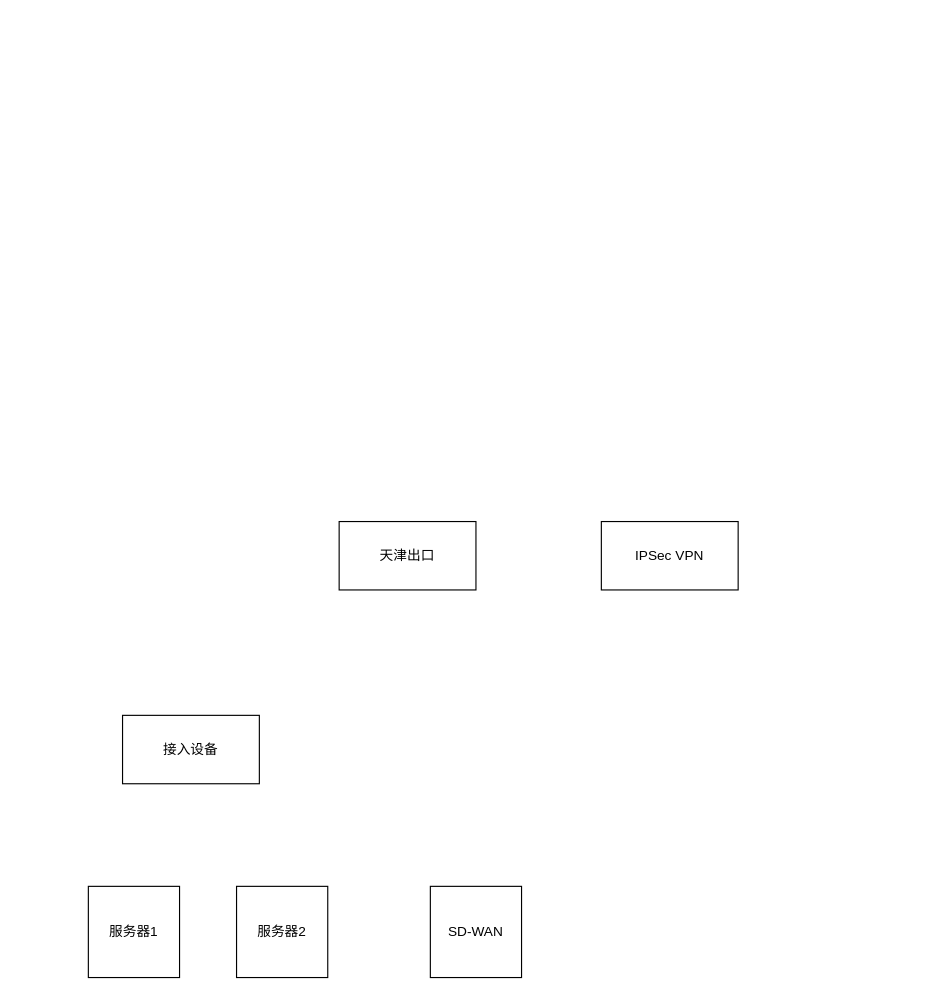
Before: 三地上云.drawio in jeffyjf/drawio, a draw.io diagram. Source tidied: cells renumbered, new cells numbered last; positions are measured from the earlier drawing's top-left corner, leaving out a move shared by most shapes. Both pictures are drawn from the tidied source at 114%, with x=0, y=0 at pixel (88, 521).
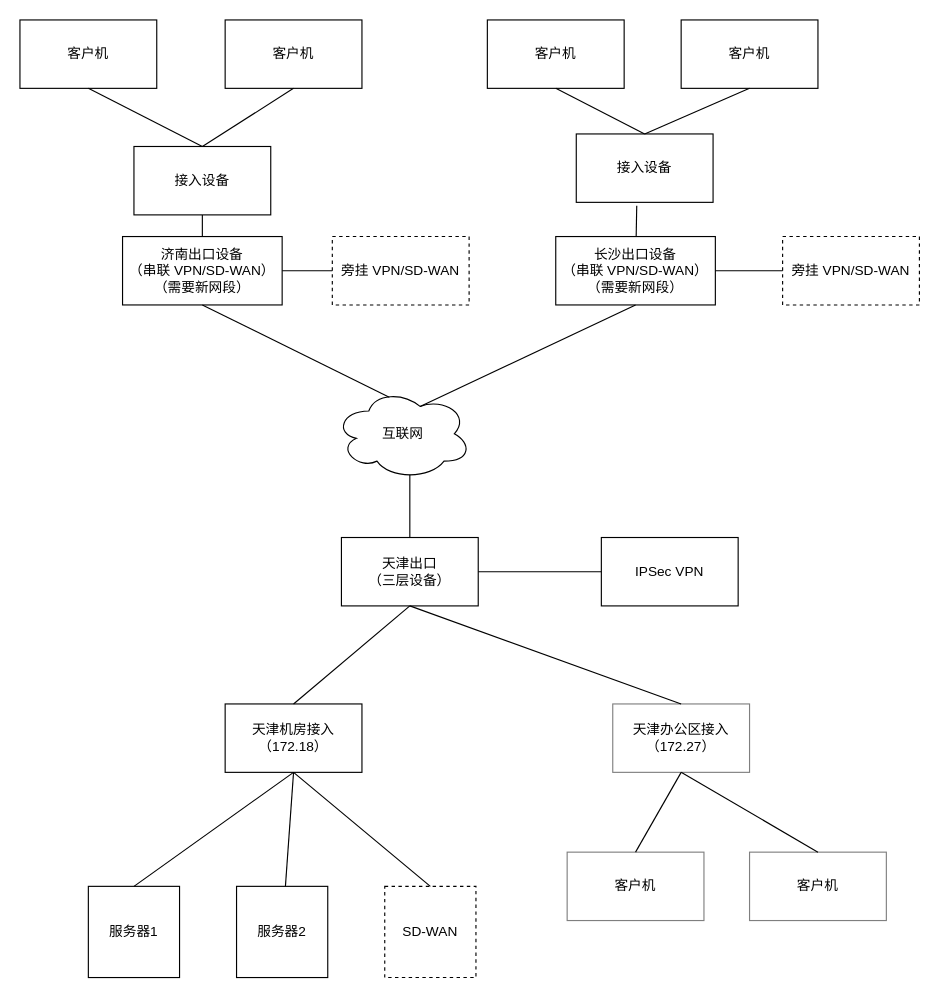
The same diagram, later.

Commit message (it also covers changes not shown here):
更新三地上云.drawio

The change refers to these unchanged cells:
```xml
<mxCell id="4" value="服务器1" style="whiteSpace=wrap;html=1;" parent="1" vertex="1">
  <mxGeometry y="320" width="80" height="80" as="geometry" />
</mxCell>
<mxCell id="5" value="服务器2" style="whiteSpace=wrap;html=1;" parent="1" vertex="1">
  <mxGeometry x="130" y="320" width="80" height="80" as="geometry" />
</mxCell>
```

What changed in the source:
```diff
@@
-    <mxCell id="2" value="天津出口" style="rounded=0;whiteSpace=wrap;html=1;" parent="1" vertex="1">
-      <mxGeometry x="220" width="120" height="60" as="geometry" />
+    <mxCell id="2" value="天津出口&lt;br&gt;（三层设备）" style="rounded=0;whiteSpace=wrap;html=1;" parent="1" vertex="1">
+      <mxGeometry x="222" y="14" width="120" height="60" as="geometry" />
     </mxCell>
-    <mxCell id="3" value="接入设备" style="rounded=0;whiteSpace=wrap;html=1;" parent="1" vertex="1">
-      <mxGeometry x="30" y="170" width="120" height="60" as="geometry" />
+    <mxCell id="3" value="天津机房接入&lt;br&gt;（172.18）" style="rounded=0;whiteSpace=wrap;html=1;" parent="1" vertex="1">
+      <mxGeometry x="120" y="160" width="120" height="60" as="geometry" />
     </mxCell>
@@
-    <mxCell id="6" value="SD-WAN" style="whiteSpace=wrap;html=1;" parent="1" vertex="1">
-      <mxGeometry x="300" y="320" width="80" height="80" as="geometry" />
+    <mxCell id="6" value="SD-WAN" style="whiteSpace=wrap;html=1;dashed=1;" parent="1" vertex="1">
+      <mxGeometry x="260" y="320" width="80" height="80" as="geometry" />
     </mxCell>
     <mxCell id="7" value="IPSec VPN" style="rounded=0;whiteSpace=wrap;html=1;" parent="1" vertex="1">
-      <mxGeometry x="450" width="120" height="60" as="geometry" />
+      <mxGeometry x="450" y="14" width="120" height="60" as="geometry" />
     </mxCell>
+    <mxCell id="8" style="endArrow=none;html=1;rounded=0;exitX=0.5;exitY=0;exitDx=0;exitDy=0;entryX=0.5;entryY=1;entryDx=0;entryDy=0;" parent="1" edge="1" source="4" target="3">
+      <mxGeometry relative="1" as="geometry" />
+    </mxCell>
+    <mxCell id="9" style="endArrow=none;html=1;rounded=0;entryX=0.5;entryY=1;entryDx=0;entryDy=0;" parent="1" edge="1" source="5" target="3">
+      <mxGeometry relative="1" as="geometry" />
+    </mxCell>
+    <mxCell id="10" style="endArrow=none;html=1;rounded=0;entryX=0.5;entryY=1;entryDx=0;entryDy=0;exitX=0.5;exitY=0;exitDx=0;exitDy=0;" parent="1" edge="1" source="6" target="3">
+      <mxGeometry relative="1" as="geometry" />
+    </mxCell>
+    <mxCell id="11" style="endArrow=none;html=1;rounded=0;entryX=0.5;entryY=1;entryDx=0;entryDy=0;exitX=0.5;exitY=0;exitDx=0;exitDy=0;" parent="1" edge="1" source="3" target="2">
+      <mxGeometry relative="1" as="geometry" />
+    </mxCell>
+    <mxCell id="12" style="endArrow=none;html=1;rounded=0;entryX=0;entryY=0.5;entryDx=0;entryDy=0;exitX=1;exitY=0.5;exitDx=0;exitDy=0;" parent="1" edge="1" source="2" target="7">
+      <mxGeometry relative="1" as="geometry" />
+    </mxCell>
+    <mxCell id="13" value="济南出口设备&lt;br&gt;（串联 VPN/SD-WAN）&lt;br&gt;（需要新网段）" style="rounded=0;whiteSpace=wrap;html=1;" parent="1" vertex="1">
+      <mxGeometry x="30" y="-250" width="140" height="60" as="geometry" />
+    </mxCell>
+    <mxCell id="14" value="长沙出口设备&lt;br&gt;（串联 VPN/SD-WAN）&lt;br&gt;（需要新网段）" style="rounded=0;whiteSpace=wrap;html=1;" parent="1" vertex="1">
+      <mxGeometry x="410" y="-250" width="140" height="60" as="geometry" />
+    </mxCell>
+    <mxCell id="15" value="互联网" style="ellipse;shape=cloud;whiteSpace=wrap;html=1;" parent="1" vertex="1">
+      <mxGeometry x="216" y="-117" width="120" height="80" as="geometry" />
+    </mxCell>
+    <mxCell id="16" style="endArrow=none;html=1;rounded=0;entryX=0.55;entryY=0.95;entryDx=0;entryDy=0;entryPerimeter=0;exitX=0.5;exitY=0;exitDx=0;exitDy=0;" parent="1" edge="1" source="2" target="15">
+      <mxGeometry relative="1" as="geometry" />
+    </mxCell>
+    <mxCell id="17" value="客户机" style="rounded=0;whiteSpace=wrap;html=1;" parent="1" vertex="1">
+      <mxGeometry x="-60" y="-440" width="120" height="60" as="geometry" />
+    </mxCell>
+    <mxCell id="18" value="客户机" style="rounded=0;whiteSpace=wrap;html=1;" parent="1" vertex="1">
+      <mxGeometry x="120" y="-440" width="120" height="60" as="geometry" />
+    </mxCell>
+    <mxCell id="19" value="客户机" style="rounded=0;whiteSpace=wrap;html=1;" parent="1" vertex="1">
+      <mxGeometry x="350" y="-440" width="120" height="60" as="geometry" />
+    </mxCell>
+    <mxCell id="20" value="客户机" style="rounded=0;whiteSpace=wrap;html=1;" parent="1" vertex="1">
+      <mxGeometry x="520" y="-440" width="120" height="60" as="geometry" />
+    </mxCell>
+    <mxCell id="21" value="接入设备" style="rounded=0;whiteSpace=wrap;html=1;" parent="1" vertex="1">
+      <mxGeometry x="40" y="-329" width="120" height="60" as="geometry" />
+    </mxCell>
+    <mxCell id="22" value="接入设备" style="rounded=0;whiteSpace=wrap;html=1;" parent="1" vertex="1">
+      <mxGeometry x="428" y="-340" width="120" height="60" as="geometry" />
+    </mxCell>
+    <mxCell id="23" style="endArrow=none;html=1;rounded=0;entryX=0.5;entryY=1;entryDx=0;entryDy=0;exitX=0.5;exitY=0;exitDx=0;exitDy=0;" parent="1" edge="1" source="21" target="17">
+      <mxGeometry relative="1" as="geometry" />
+    </mxCell>
+    <mxCell id="24" style="endArrow=none;html=1;rounded=0;entryX=0.5;entryY=1;entryDx=0;entryDy=0;exitX=0.5;exitY=0;exitDx=0;exitDy=0;" parent="1" edge="1" source="21" target="18">
+      <mxGeometry relative="1" as="geometry" />
+    </mxCell>
+    <mxCell id="25" style="endArrow=none;html=1;rounded=0;entryX=0.5;entryY=1;entryDx=0;entryDy=0;exitX=0.5;exitY=0;exitDx=0;exitDy=0;" parent="1" edge="1" source="22" target="19">
+      <mxGeometry relative="1" as="geometry" />
+    </mxCell>
+    <mxCell id="26" style="endArrow=none;html=1;rounded=0;entryX=0.5;entryY=1;entryDx=0;entryDy=0;exitX=0.5;exitY=0;exitDx=0;exitDy=0;" parent="1" edge="1" source="22" target="20">
+      <mxGeometry relative="1" as="geometry" />
+    </mxCell>
+    <mxCell id="27" value="旁挂 VPN/SD-WAN" style="rounded=0;whiteSpace=wrap;html=1;dashed=1;" parent="1" vertex="1">
+      <mxGeometry x="214" y="-250" width="120" height="60" as="geometry" />
+    </mxCell>
+    <mxCell id="28" value="旁挂 VPN/SD-WAN" style="rounded=0;whiteSpace=wrap;html=1;dashed=1;" parent="1" vertex="1">
+      <mxGeometry x="609" y="-250" width="120" height="60" as="geometry" />
+    </mxCell>
+    <mxCell id="29" style="endArrow=none;html=1;rounded=0;entryX=0.5;entryY=1;entryDx=0;entryDy=0;exitX=0.4;exitY=0.1;exitDx=0;exitDy=0;exitPerimeter=0;" parent="1" edge="1" source="15" target="13">
+      <mxGeometry relative="1" as="geometry" />
+    </mxCell>
+    <mxCell id="30" style="endArrow=none;html=1;rounded=0;entryX=0.5;entryY=1;entryDx=0;entryDy=0;exitX=0.625;exitY=0.2;exitDx=0;exitDy=0;exitPerimeter=0;" parent="1" edge="1" source="15" target="14">
+      <mxGeometry relative="1" as="geometry" />
+    </mxCell>
+    <mxCell id="31" style="endArrow=none;html=1;rounded=0;entryX=1;entryY=0.5;entryDx=0;entryDy=0;exitX=0;exitY=0.5;exitDx=0;exitDy=0;" parent="1" edge="1" source="27" target="13">
+      <mxGeometry relative="1" as="geometry" />
+    </mxCell>
+    <mxCell id="32" style="endArrow=none;html=1;rounded=0;entryX=0;entryY=0.5;entryDx=0;entryDy=0;exitX=1;exitY=0.5;exitDx=0;exitDy=0;" parent="1" edge="1" source="14" target="28">
+      <mxGeometry relative="1" as="geometry" />
+    </mxCell>
+    <mxCell id="33" style="endArrow=none;html=1;rounded=0;entryX=0.5;entryY=1;entryDx=0;entryDy=0;exitX=0.5;exitY=0;exitDx=0;exitDy=0;" parent="1" edge="1" source="13" target="21">
+      <mxGeometry relative="1" as="geometry" />
+    </mxCell>
+    <mxCell id="34" style="endArrow=none;html=1;rounded=0;entryX=0.442;entryY=1.05;entryDx=0;entryDy=0;entryPerimeter=0;" parent="1" edge="1" source="14" target="22">
+      <mxGeometry relative="1" as="geometry" />
+    </mxCell>
+    <mxCell id="35" value="天津办公区接入&lt;br&gt;（172.27）" style="rounded=0;whiteSpace=wrap;html=1;strokeColor=#000000;opacity=50;" parent="1" vertex="1">
+      <mxGeometry x="460" y="160" width="120" height="60" as="geometry" />
+    </mxCell>
+    <mxCell id="36" value="客户机" style="rounded=0;whiteSpace=wrap;html=1;strokeColor=#000000;opacity=50;" parent="1" vertex="1">
+      <mxGeometry x="420" y="290" width="120" height="60" as="geometry" />
+    </mxCell>
+    <mxCell id="37" value="客户机" style="rounded=0;whiteSpace=wrap;html=1;strokeColor=#000000;opacity=50;" parent="1" vertex="1">
+      <mxGeometry x="580" y="290" width="120" height="60" as="geometry" />
+    </mxCell>
+    <mxCell id="38" style="endArrow=none;html=1;rounded=0;entryX=0.5;entryY=1;entryDx=0;entryDy=0;exitX=0.5;exitY=0;exitDx=0;exitDy=0;" parent="1" edge="1" source="35" target="2">
+      <mxGeometry relative="1" as="geometry" />
+    </mxCell>
+    <mxCell id="39" style="endArrow=none;html=1;rounded=0;entryX=0.5;entryY=1;entryDx=0;entryDy=0;exitX=0.5;exitY=0;exitDx=0;exitDy=0;" parent="1" edge="1" source="36" target="35">
+      <mxGeometry relative="1" as="geometry" />
+    </mxCell>
+    <mxCell id="40" style="endArrow=none;html=1;rounded=0;entryX=0.5;entryY=1;entryDx=0;entryDy=0;exitX=0.5;exitY=0;exitDx=0;exitDy=0;" parent="1" edge="1" source="37" target="35">
+      <mxGeometry relative="1" as="geometry" />
+    </mxCell>
```
